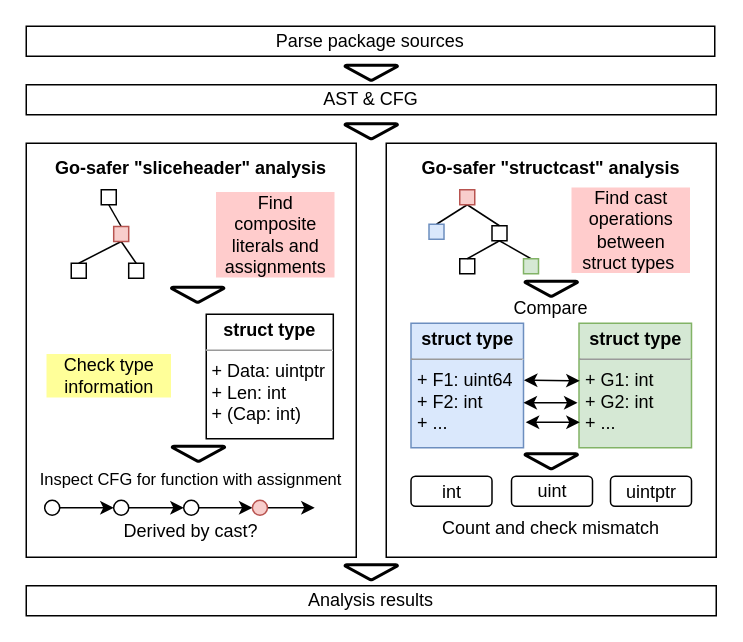
The draw.io diagram thesis/assets/figures/chapter5/go-safer-architecture.drawio in jlauinger/master-of-science, before the edit. Source tidied: cells renumbered, new cells numbered last; positions are measured from the earlier drawing's top-left corner, leaving out a move shared by most shapes. Both pictures are drawn from the tidied source at 150%, with x=0, y=0 at pixel (26, 26).
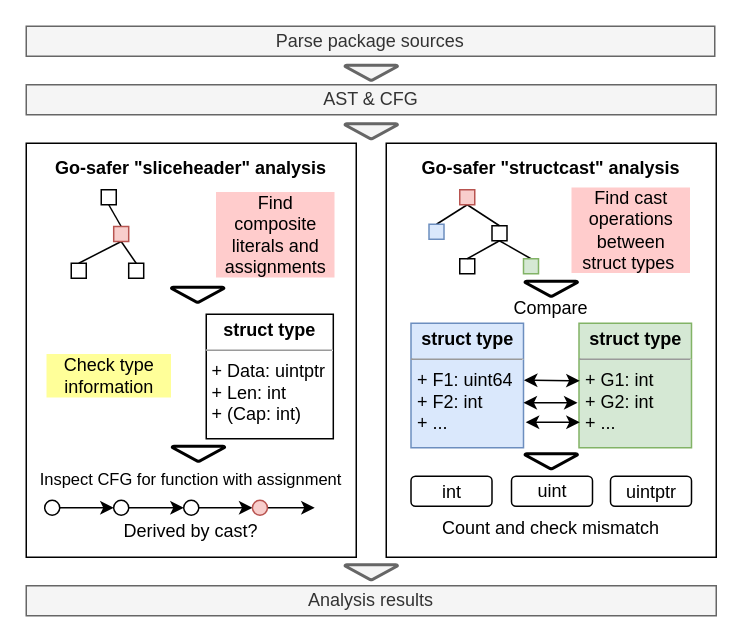
The same diagram, later.

What changed in the source:
```diff
@@
-    <mxCell id="3" value="Parse package sources" style="rounded=0;whiteSpace=wrap;html=1;" parent="1" vertex="1">
+    <mxCell id="3" value="Parse package sources" style="rounded=0;whiteSpace=wrap;html=1;fillColor=#f5f5f5;strokeColor=#666666;fontColor=#333333;" parent="1" vertex="1">
       <mxGeometry width="459" height="20" as="geometry" />
     </mxCell>
-    <mxCell id="4" value="AST &amp;amp; CFG" style="rounded=0;whiteSpace=wrap;html=1;" parent="1" vertex="1">
+    <mxCell id="4" value="AST &amp;amp; CFG" style="rounded=0;whiteSpace=wrap;html=1;fillColor=#f5f5f5;strokeColor=#666666;fontColor=#333333;" parent="1" vertex="1">
       <mxGeometry y="39" width="460" height="20" as="geometry" />
     </mxCell>
@@
-    <mxCell id="27" style="strokeWidth=2;html=1;shape=mxgraph.flowchart.merge_or_storage;whiteSpace=wrap;labelBackgroundColor=none;fillColor=none;gradientColor=none;align=left;" parent="1" vertex="1">
+    <mxCell id="27" style="strokeWidth=2;html=1;shape=mxgraph.flowchart.merge_or_storage;whiteSpace=wrap;labelBackgroundColor=none;fillColor=#f5f5f5;align=left;strokeColor=#666666;fontColor=#333333;" parent="1" vertex="1">
       <mxGeometry x="212.5" y="26" width="35" height="10" as="geometry" />
     </mxCell>
-    <mxCell id="28" style="strokeWidth=2;html=1;shape=mxgraph.flowchart.merge_or_storage;whiteSpace=wrap;labelBackgroundColor=none;fillColor=none;gradientColor=none;align=left;" parent="1" vertex="1">
+    <mxCell id="28" style="strokeWidth=2;html=1;shape=mxgraph.flowchart.merge_or_storage;whiteSpace=wrap;labelBackgroundColor=none;fillColor=#f5f5f5;align=left;strokeColor=#666666;fontColor=#333333;" parent="1" vertex="1">
       <mxGeometry x="212.5" y="65" width="35" height="10" as="geometry" />
     </mxCell>
-    <mxCell id="29" style="strokeWidth=2;html=1;shape=mxgraph.flowchart.merge_or_storage;whiteSpace=wrap;labelBackgroundColor=none;fillColor=none;gradientColor=none;align=left;" parent="1" vertex="1">
+    <mxCell id="29" style="strokeWidth=2;html=1;shape=mxgraph.flowchart.merge_or_storage;whiteSpace=wrap;labelBackgroundColor=none;fillColor=#f5f5f5;align=left;strokeColor=#666666;fontColor=#333333;" parent="1" vertex="1">
       <mxGeometry x="212.5" y="359" width="35" height="10" as="geometry" />
     </mxCell>
-    <mxCell id="30" value="Analysis results" style="rounded=0;whiteSpace=wrap;html=1;" parent="1" vertex="1">
+    <mxCell id="30" value="Analysis results" style="rounded=0;whiteSpace=wrap;html=1;fillColor=#f5f5f5;strokeColor=#666666;fontColor=#333333;" parent="1" vertex="1">
       <mxGeometry y="373" width="460" height="20" as="geometry" />
     </mxCell>
```
